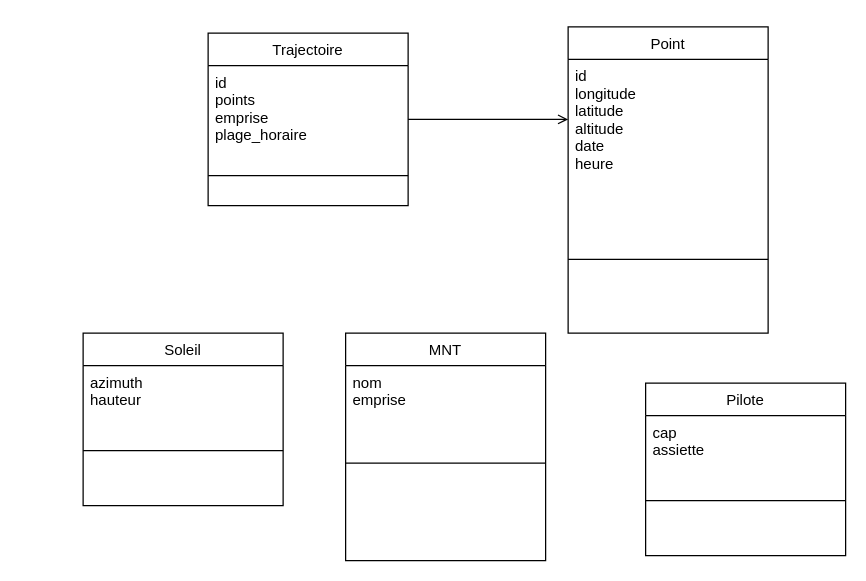
Above: Diagramme2classes.drawio in PaulCllch/BEA (draw.io), before the change. Source tidied: cells renumbered, new cells numbered last; positions are measured from the earlier drawing's top-left corner, leaving out a move shared by most shapes. Both pictures are drawn from the tidied source at 125%, with x=0, y=0 at pixel (82, 26).
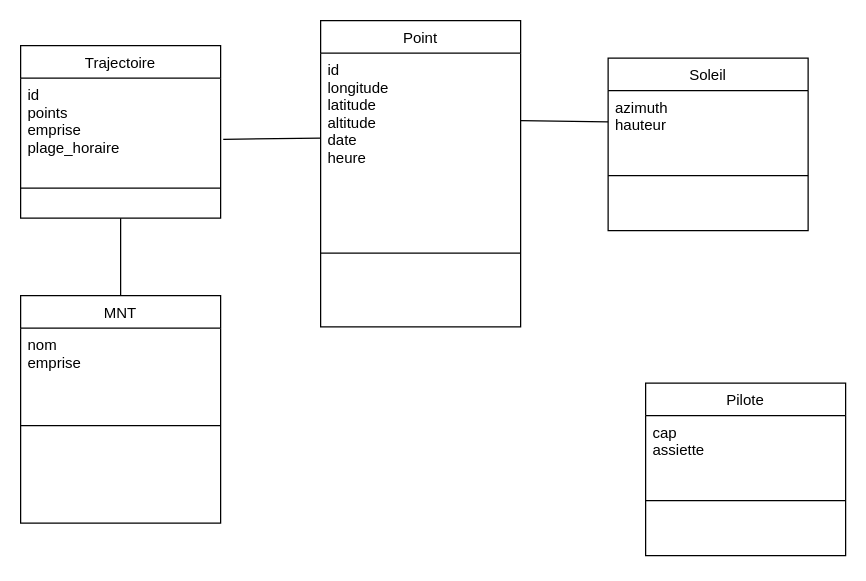
After the change.

Commit message:
Mettre à jour Diagramme2classes.drawio

The change refers to these unchanged cells:
```xml
<mxCell id="3" value="id&#10;points&#10;emprise&#10;plage_horaire" style="text;align=left;verticalAlign=top;spacingLeft=4;spacingRight=4;overflow=hidden;points=[[0,0.5],[1,0.5]];portConstraint=eastwest;" parent="2" vertex="1">
  <mxGeometry y="26" width="160" height="84" as="geometry" />
</mxCell>
<mxCell id="6" value="azimuth&#10;hauteur&#10;" style="text;align=left;verticalAlign=top;spacingLeft=4;spacingRight=4;overflow=hidden;points=[[0,0.5],[1,0.5]];portConstraint=eastwest;" parent="5" vertex="1">
  <mxGeometry y="26" width="160" height="64" as="geometry" />
</mxCell>
<mxCell id="12" value="id&#10;longitude&#10;latitude&#10;altitude&#10;date&#10;heure&#10;" style="text;align=left;verticalAlign=top;spacingLeft=4;spacingRight=4;overflow=hidden;points=[[0,0.5],[1,0.5]];portConstraint=eastwest;" parent="11" vertex="1">
  <mxGeometry y="26" width="160" height="134" as="geometry" />
</mxCell>
```

What changed in the source:
```diff
@@
     <mxCell id="2" value="Trajectoire" style="swimlane;fontStyle=0;align=center;verticalAlign=top;horizontal=1;startSize=26;rounded=0;shadow=0;strokeWidth=1;" parent="1" vertex="1">
-      <mxGeometry x="100" y="5" width="160" height="138" as="geometry" />
+      <mxGeometry x="-50" y="15" width="160" height="138" as="geometry" />
     </mxCell>
@@
     <mxCell id="5" value="Soleil" style="swimlane;fontStyle=0;align=center;verticalAlign=top;horizontal=1;startSize=26;rounded=0;shadow=0;strokeWidth=1;" parent="1" vertex="1">
-      <mxGeometry y="245" width="160" height="138" as="geometry" />
+      <mxGeometry x="420" y="25" width="160" height="138" as="geometry" />
     </mxCell>
@@
     <mxCell id="8" value="MNT" style="swimlane;fontStyle=0;align=center;verticalAlign=top;horizontal=1;startSize=26;rounded=0;shadow=0;strokeWidth=1;" parent="1" vertex="1">
-      <mxGeometry x="210" y="245" width="160" height="182" as="geometry" />
+      <mxGeometry x="-50" y="215" width="160" height="182" as="geometry" />
     </mxCell>
@@
     <mxCell id="11" value="Point" style="swimlane;fontStyle=0;align=center;verticalAlign=top;horizontal=1;startSize=26;rounded=0;shadow=0;strokeWidth=1;" parent="1" vertex="1">
-      <mxGeometry x="388" width="160" height="245" as="geometry" />
+      <mxGeometry x="190" y="-5" width="160" height="245" as="geometry" />
     </mxCell>
@@
-    <mxCell id="14" style="endArrow=open;shadow=0;strokeWidth=1;rounded=0;curved=0;endFill=1;edgeStyle=elbowEdgeStyle;elbow=vertical;" parent="1" edge="1" source="2" target="11">
-      <mxGeometry x="0.5" y="41" relative="1" as="geometry">
-        <mxPoint x="-40" y="32" as="offset" />
-      </mxGeometry>
-    </mxCell>
@@
+    <mxCell id="18" style="endArrow=none;html=1;rounded=0;exitX=0.5;exitY=0;exitDx=0;exitDy=0;entryX=0.5;entryY=1;entryDx=0;entryDy=0;" parent="1" edge="1" source="8" target="2">
+      <mxGeometry relative="1" as="geometry" />
+    </mxCell>
+    <mxCell id="19" style="endArrow=none;html=1;rounded=0;exitX=1.013;exitY=0.583;exitDx=0;exitDy=0;exitPerimeter=0;" parent="1" edge="1" source="3" target="12">
+      <mxGeometry relative="1" as="geometry" />
+    </mxCell>
+    <mxCell id="20" style="endArrow=none;html=1;rounded=0;entryX=0;entryY=0.391;entryDx=0;entryDy=0;entryPerimeter=0;" parent="1" edge="1" target="6">
+      <mxGeometry relative="1" as="geometry">
+        <mxPoint x="350" y="75" as="sourcePoint" />
+      </mxGeometry>
+    </mxCell>
```
